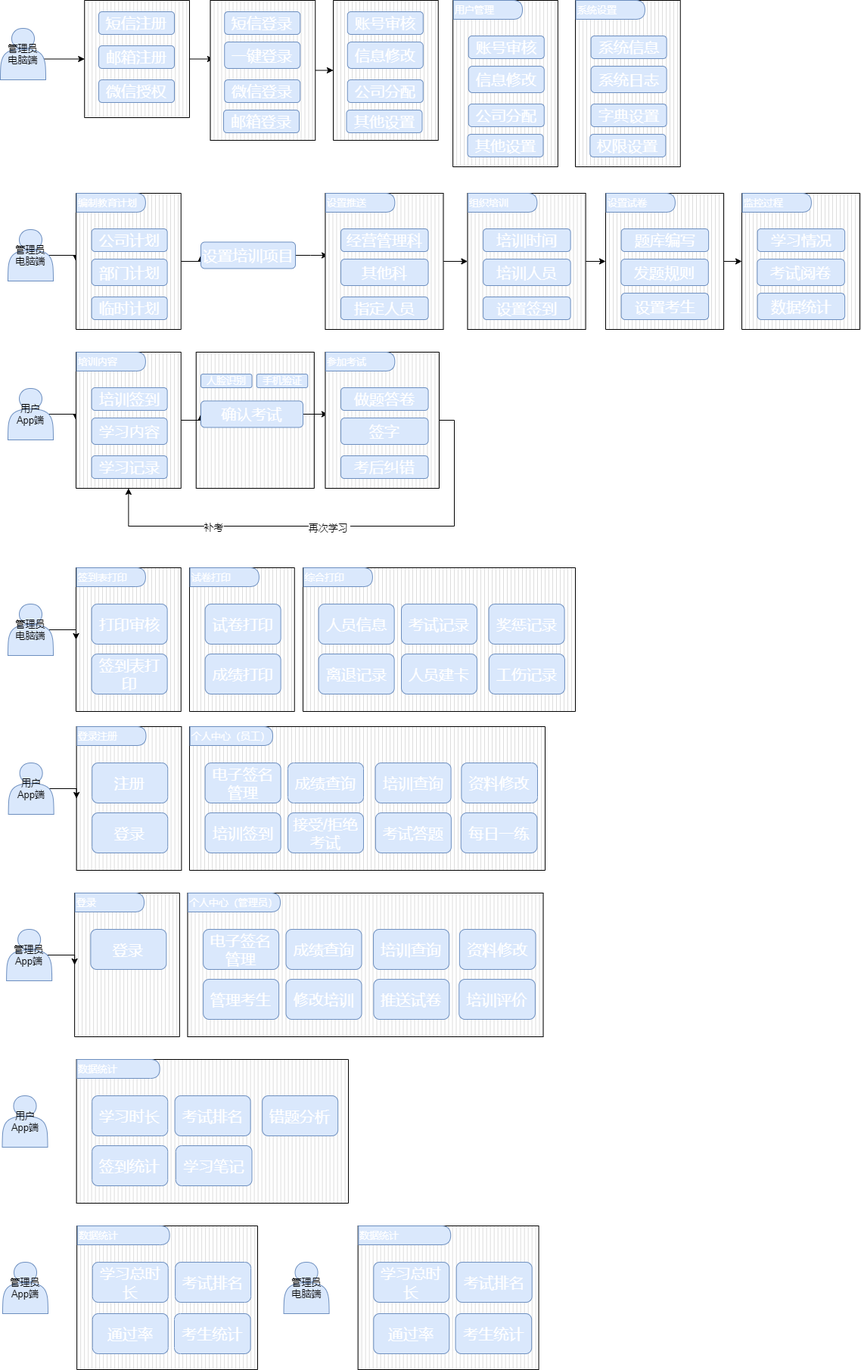
Above: Untitled Diagram.drawio.png in lenonjone/Toolkits (draw.io), before the change. Source tidied: cells renumbered, new cells last; positions are measured from the earlier drawing's top-left corner, leaving out a move shared by most shapes.
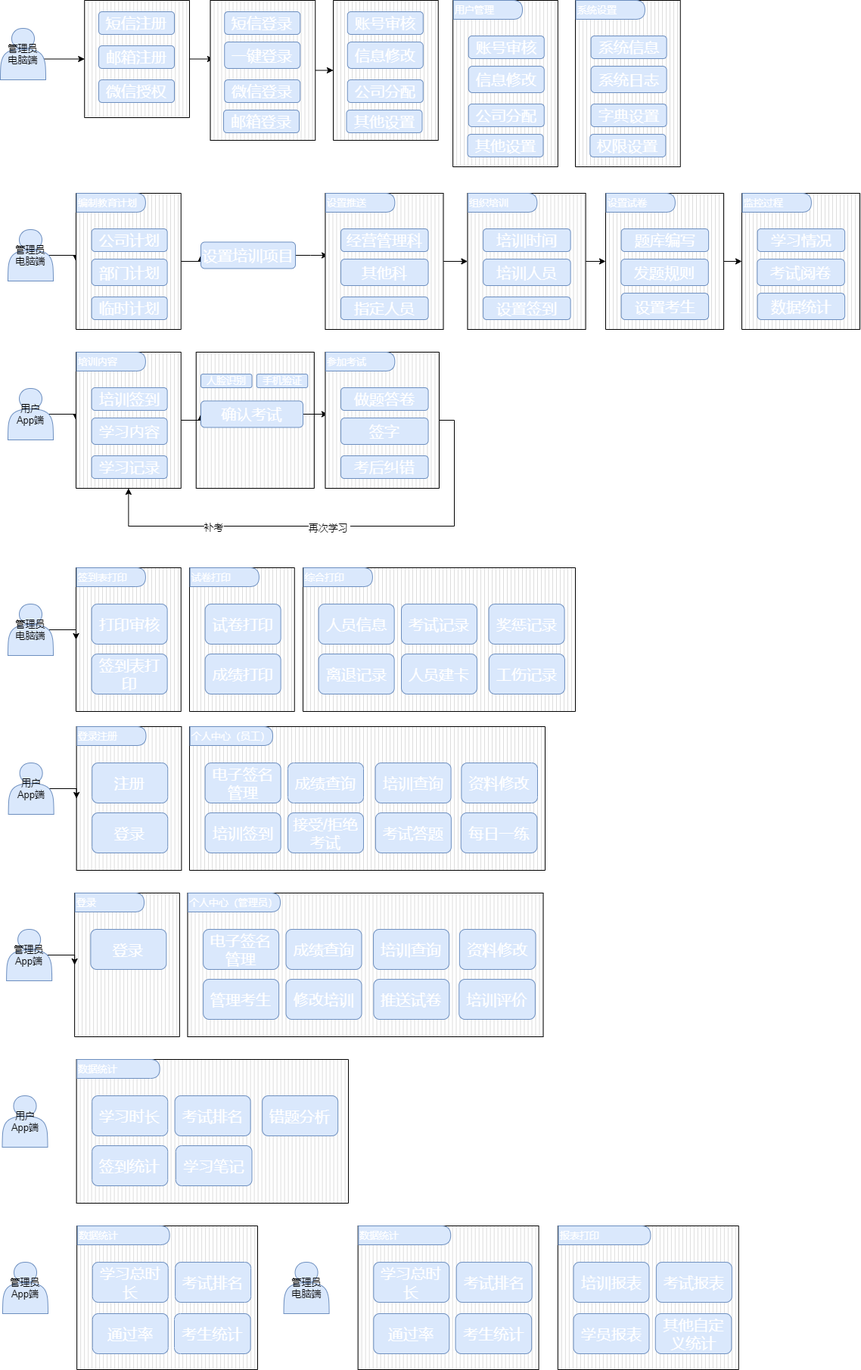
Later version of the same file.

The edit, as a diff of the source:
```diff
@@ -475,5 +475,23 @@
     <mxCell id="156" value="考生统计" style="rounded=1;whiteSpace=wrap;html=1;fillColor=#dae8fc;strokeColor=#6c8ebf;fontColor=#FFFFFF;fontStyle=0;fontSize=20;" parent="1" vertex="1">
       <mxGeometry x="601.5" y="1736" width="100.6" height="53" as="geometry" />
     </mxCell>
+    <mxCell id="157" style="verticalLabelPosition=bottom;verticalAlign=top;html=1;shape=mxgraph.basic.patternFillRect;fillStyle=vert;step=5;fillStrokeWidth=0.2;fillStrokeColor=#dddddd;fontSize=13;fontColor=#FFFFFF;" parent="1" vertex="1">
+      <mxGeometry x="736.9" y="1620" width="238.9" height="190" as="geometry" />
+    </mxCell>
+    <mxCell id="158" value="培训报表" style="rounded=1;whiteSpace=wrap;html=1;fillColor=#dae8fc;strokeColor=#6c8ebf;fontColor=#FFFFFF;fontStyle=0;fontSize=20;" parent="1" vertex="1">
+      <mxGeometry x="757.5" y="1668" width="100" height="53" as="geometry" />
+    </mxCell>
+    <mxCell id="159" value="报表打印" style="shape=delay;whiteSpace=wrap;html=1;fontSize=13;align=left;fillColor=#dae8fc;strokeColor=#6c8ebf;fontColor=#FFFFFF;" parent="1" vertex="1">
+      <mxGeometry x="737.5" y="1620" width="121.9" height="25" as="geometry" />
+    </mxCell>
+    <mxCell id="160" value="考试报表" style="rounded=1;whiteSpace=wrap;html=1;fillColor=#dae8fc;strokeColor=#6c8ebf;fontColor=#FFFFFF;fontStyle=0;fontSize=20;" parent="1" vertex="1">
+      <mxGeometry x="866.9" y="1668" width="100" height="53" as="geometry" />
+    </mxCell>
+    <mxCell id="161" value="学员报表" style="rounded=1;whiteSpace=wrap;html=1;fillColor=#dae8fc;strokeColor=#6c8ebf;fontColor=#FFFFFF;fontStyle=0;fontSize=20;" parent="1" vertex="1">
+      <mxGeometry x="757.5" y="1736" width="100" height="53" as="geometry" />
+    </mxCell>
+    <mxCell id="162" value="其他自定义统计" style="rounded=1;whiteSpace=wrap;html=1;fillColor=#dae8fc;strokeColor=#6c8ebf;fontColor=#FFFFFF;fontStyle=0;fontSize=20;" parent="1" vertex="1">
+      <mxGeometry x="865.8" y="1736" width="100.6" height="53" as="geometry" />
+    </mxCell>
   </root>
 </mxGraphModel>
```
